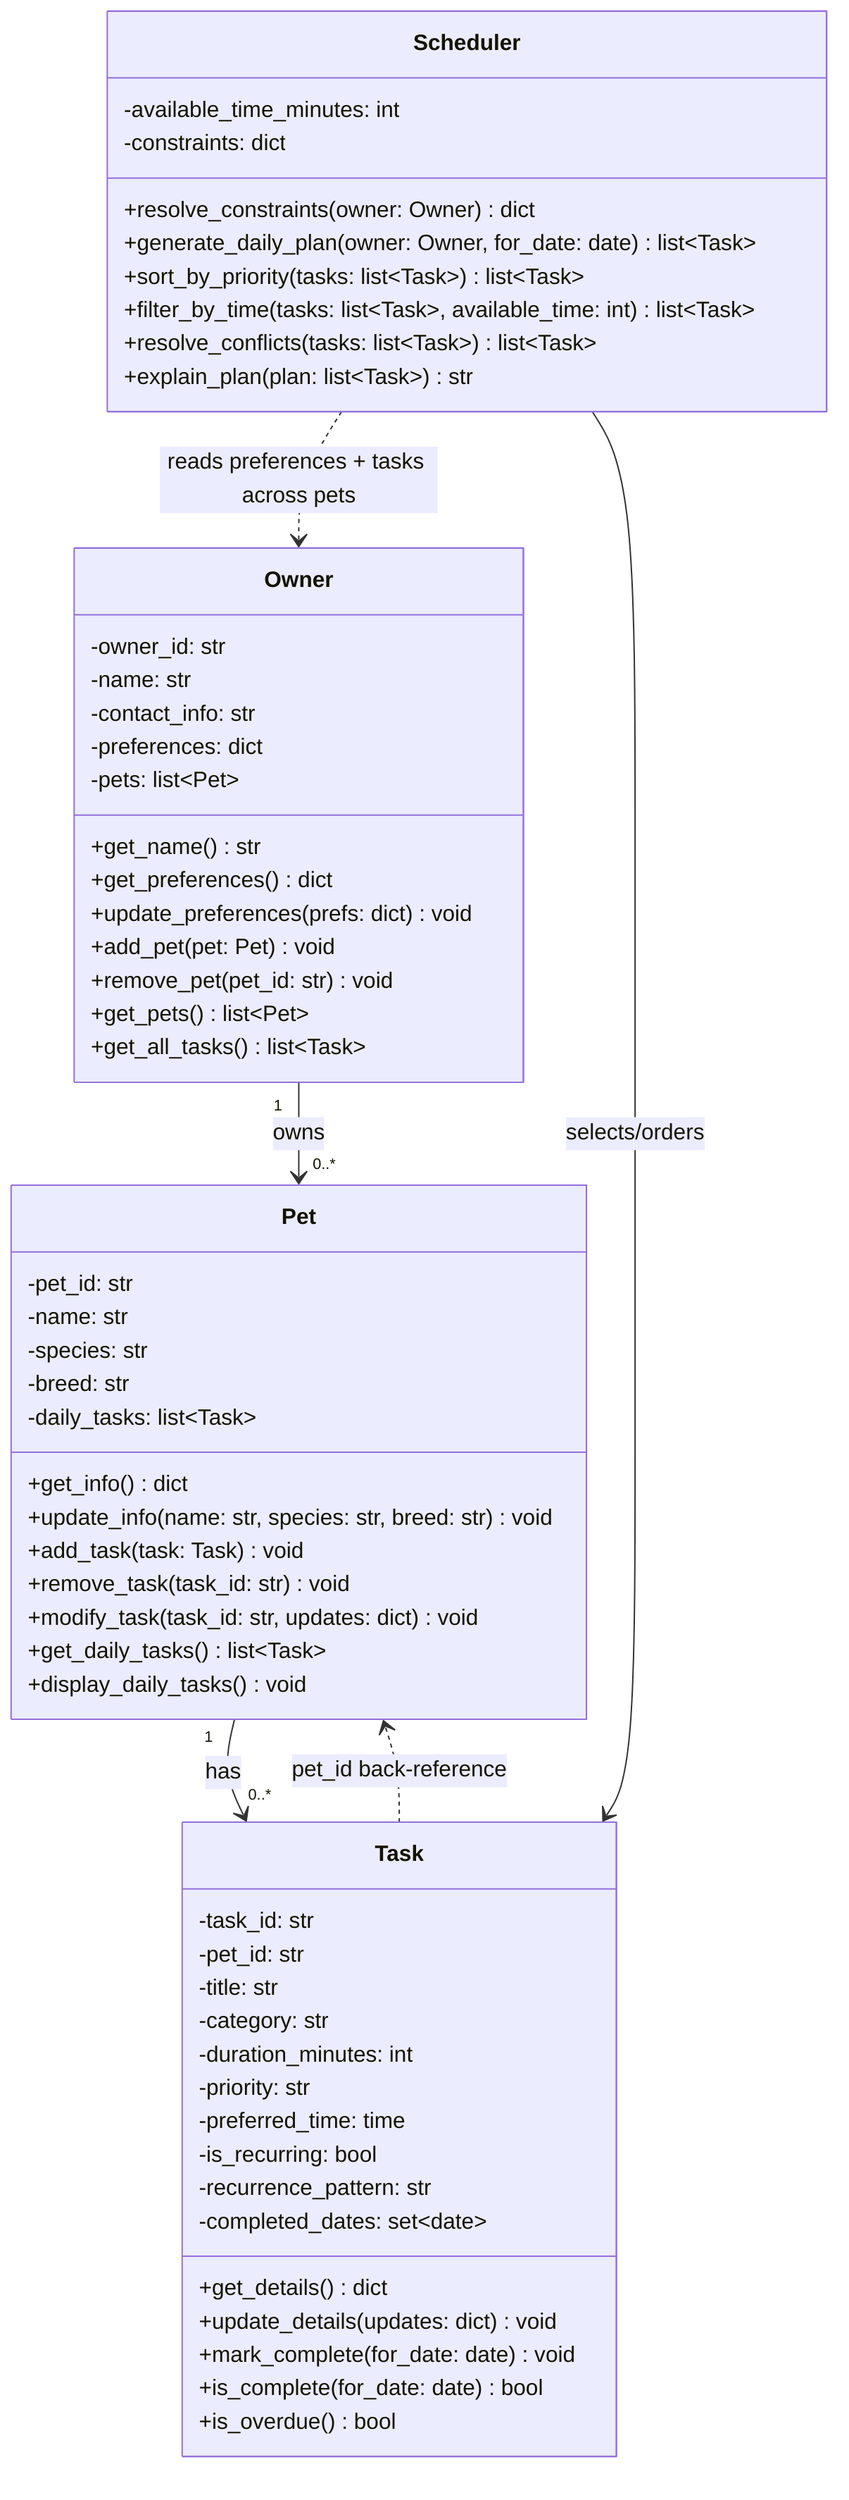
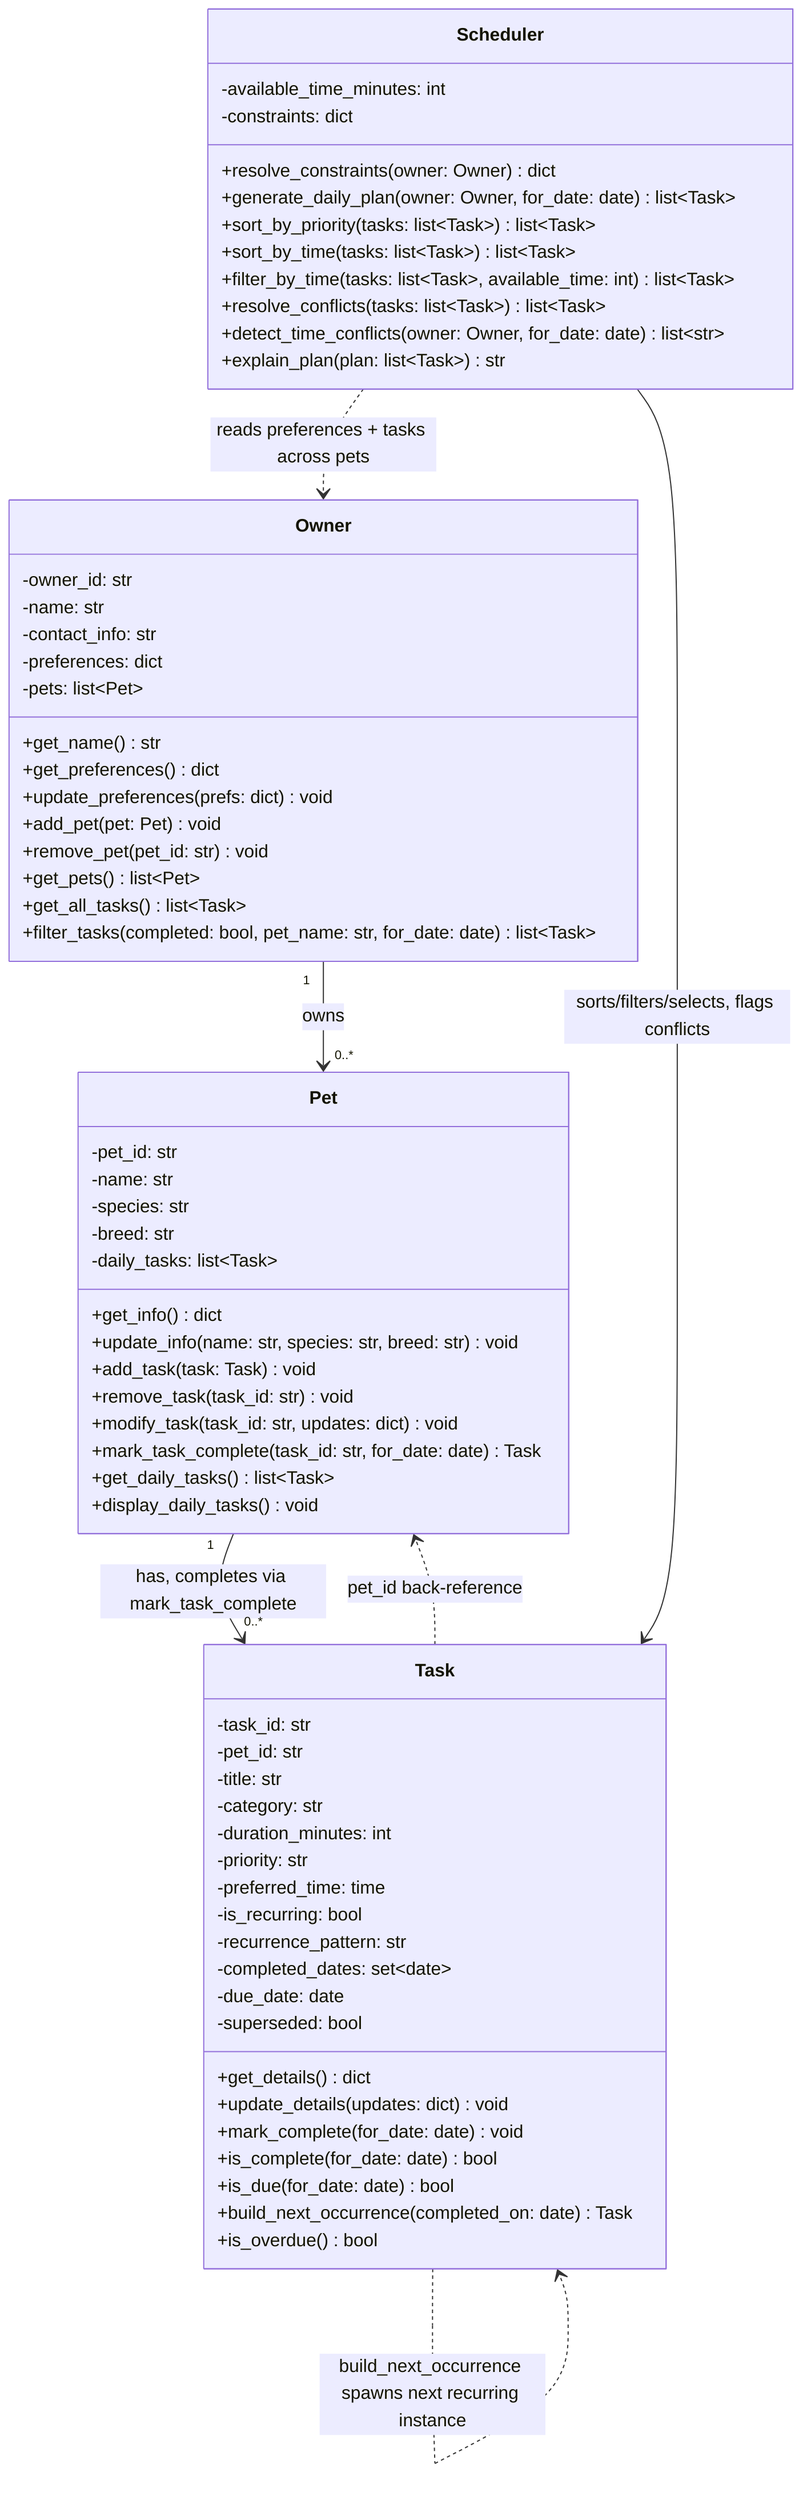
classDiagram
-     %% Draft UML for PawPal+ based on brainstormed attributes/methods (reflection.md)
-     %% Keep this file updated so it matches your final implementation.
+     %% UML for PawPal+, updated to match the final implementation (pawpal_system.py).

    class Owner {
        -owner_id: str
        -name: str
        -contact_info: str
        -preferences: dict
        -pets: list~Pet~
        +get_name() str
        +get_preferences() dict
        +update_preferences(prefs: dict) void
        +add_pet(pet: Pet) void
        +remove_pet(pet_id: str) void
        +get_pets() list~Pet~
        +get_all_tasks() list~Task~
+         +filter_tasks(completed: bool, pet_name: str, for_date: date) list~Task~
    }

    class Pet {
        -pet_id: str
        -name: str
        -species: str
        -breed: str
        -daily_tasks: list~Task~
        +get_info() dict
        +update_info(name: str, species: str, breed: str) void
        +add_task(task: Task) void
        +remove_task(task_id: str) void
        +modify_task(task_id: str, updates: dict) void
+         +mark_task_complete(task_id: str, for_date: date) Task
        +get_daily_tasks() list~Task~
        +display_daily_tasks() void
    }

    class Task {
        -task_id: str
        -pet_id: str
        -title: str
        -category: str
        -duration_minutes: int
        -priority: str
        -preferred_time: time
        -is_recurring: bool
        -recurrence_pattern: str
        -completed_dates: set~date~
+         -due_date: date
+         -superseded: bool
        +get_details() dict
        +update_details(updates: dict) void
        +mark_complete(for_date: date) void
        +is_complete(for_date: date) bool
+         +is_due(for_date: date) bool
+         +build_next_occurrence(completed_on: date) Task
        +is_overdue() bool
    }

    class Scheduler {
        -available_time_minutes: int
        -constraints: dict
        +resolve_constraints(owner: Owner) dict
        +generate_daily_plan(owner: Owner, for_date: date) list~Task~
        +sort_by_priority(tasks: list~Task~) list~Task~
+         +sort_by_time(tasks: list~Task~) list~Task~
        +filter_by_time(tasks: list~Task~, available_time: int) list~Task~
        +resolve_conflicts(tasks: list~Task~) list~Task~
+         +detect_time_conflicts(owner: Owner, for_date: date) list~str~
        +explain_plan(plan: list~Task~) str
    }

    Owner "1" --> "0..*" Pet : owns
-     Pet "1" --> "0..*" Task : has
+     Pet "1" --> "0..*" Task : has, completes via mark_task_complete
    Task ..> Pet : pet_id back-reference
+     Task ..> Task : build_next_occurrence spawns next recurring instance
    Scheduler ..> Owner : reads preferences + tasks across pets
-     Scheduler --> Task : selects/orders
+     Scheduler --> Task : sorts/filters/selects, flags conflicts
